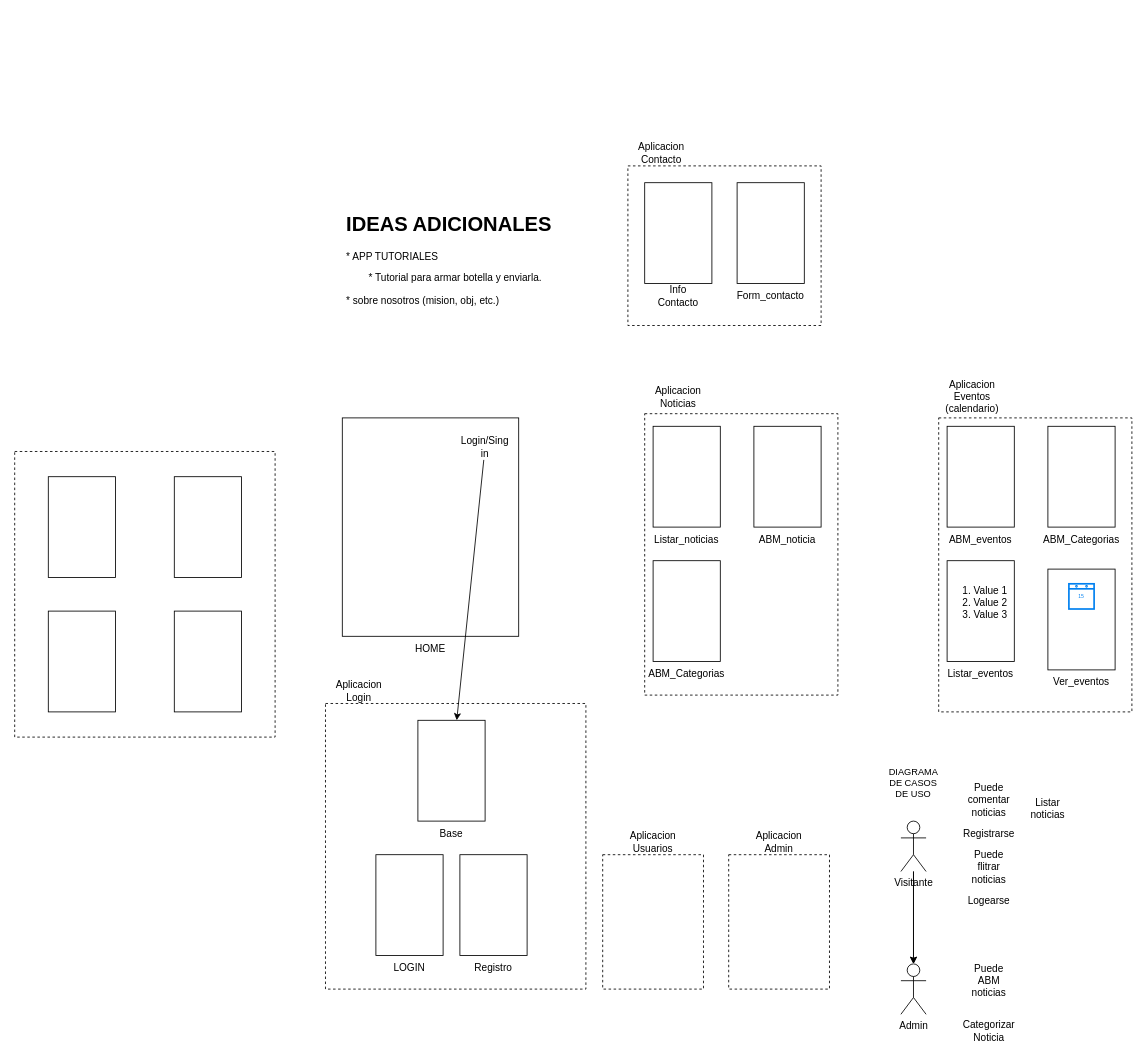
AlexisRmnk/PF_Informatorio22 keeps this draw.io diagram as page "Maquetado1" (1 of 3) of Notas.drawio. Above is the earlier version. Source tidied: cells renumbered, new cells numbered last; positions are measured from the earlier drawing's top-left corner, leaving out a move shared by most shapes. Both pictures are drawn from the tidied source at 84%, with x=0, y=0 at pixel (14, 140).
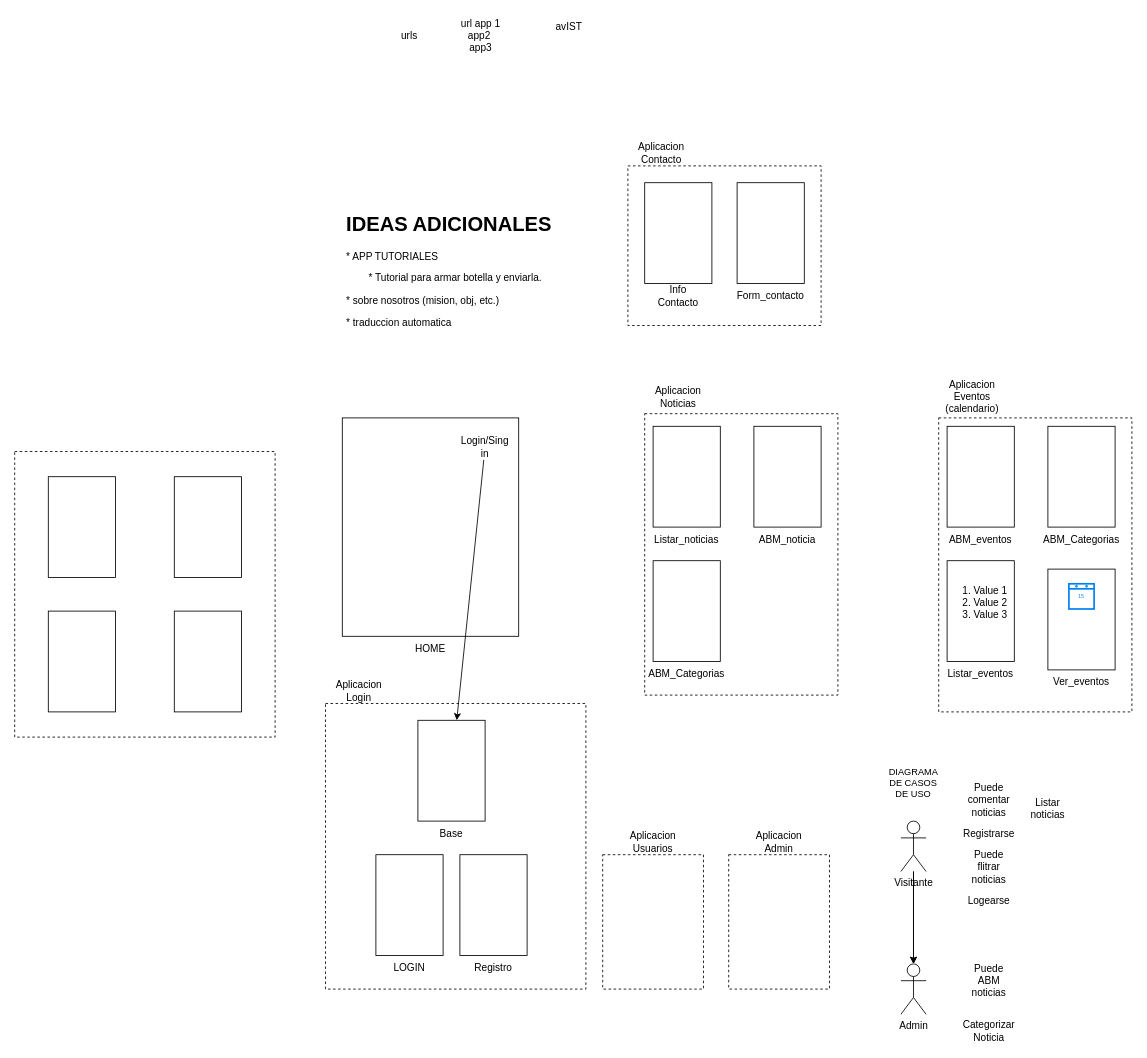
Above is the later version.

Diff of the diagram source:
```diff
@@
-    <mxCell id="28" value="&lt;h1&gt;IDEAS ADICIONALES&lt;/h1&gt;&lt;p&gt;&lt;span style=&quot;background-color: initial;&quot;&gt;* APP TUTORIALES&lt;/span&gt;&lt;/p&gt;&lt;p&gt;&lt;span style=&quot;background-color: initial;&quot;&gt;&lt;span style=&quot;white-space: pre;&quot;&gt;&#9;&lt;/span&gt;* Tutorial para armar botella y enviarla.&amp;nbsp;&lt;/span&gt;&lt;/p&gt;&lt;p&gt;* sobre nosotros (mision, obj, etc.)&lt;/p&gt;" style="text;html=1;strokeColor=none;fillColor=none;spacing=5;spacingTop=-20;whiteSpace=wrap;overflow=hidden;rounded=0;" parent="1" vertex="1">
+    <mxCell id="28" value="&lt;h1&gt;IDEAS ADICIONALES&lt;/h1&gt;&lt;p&gt;&lt;span style=&quot;background-color: initial;&quot;&gt;* APP TUTORIALES&lt;/span&gt;&lt;/p&gt;&lt;p&gt;&lt;span style=&quot;background-color: initial;&quot;&gt;&lt;span style=&quot;white-space: pre;&quot;&gt;&#9;&lt;/span&gt;* Tutorial para armar botella y enviarla.&amp;nbsp;&lt;/span&gt;&lt;/p&gt;&lt;p&gt;* sobre nosotros (mision, obj, etc.)&lt;/p&gt;&lt;p&gt;* traduccion automatica&lt;/p&gt;" style="text;html=1;strokeColor=none;fillColor=none;spacing=5;spacingTop=-20;whiteSpace=wrap;overflow=hidden;rounded=0;" parent="1" vertex="1">
       <mxGeometry x="390" y="80" width="300" height="200" as="geometry" />
     </mxCell>
@@
+    <mxCell id="62" value="urls" style="text;html=1;strokeColor=none;fillColor=none;align=center;verticalAlign=middle;whiteSpace=wrap;rounded=0;" parent="1" vertex="1">
+      <mxGeometry x="440" y="-140" width="60" height="30" as="geometry" />
+    </mxCell>
+    <mxCell id="63" value="url app 1&lt;br&gt;app2&amp;nbsp;&lt;br&gt;app3" style="text;html=1;strokeColor=none;fillColor=none;align=center;verticalAlign=middle;whiteSpace=wrap;rounded=0;" parent="1" vertex="1">
+      <mxGeometry x="525" y="-140" width="60" height="30" as="geometry" />
+    </mxCell>
+    <mxCell id="64" value="avIST" style="text;html=1;strokeColor=none;fillColor=none;align=center;verticalAlign=middle;whiteSpace=wrap;rounded=0;" parent="1" vertex="1">
+      <mxGeometry x="630" y="-150" width="60" height="30" as="geometry" />
+    </mxCell>
```
